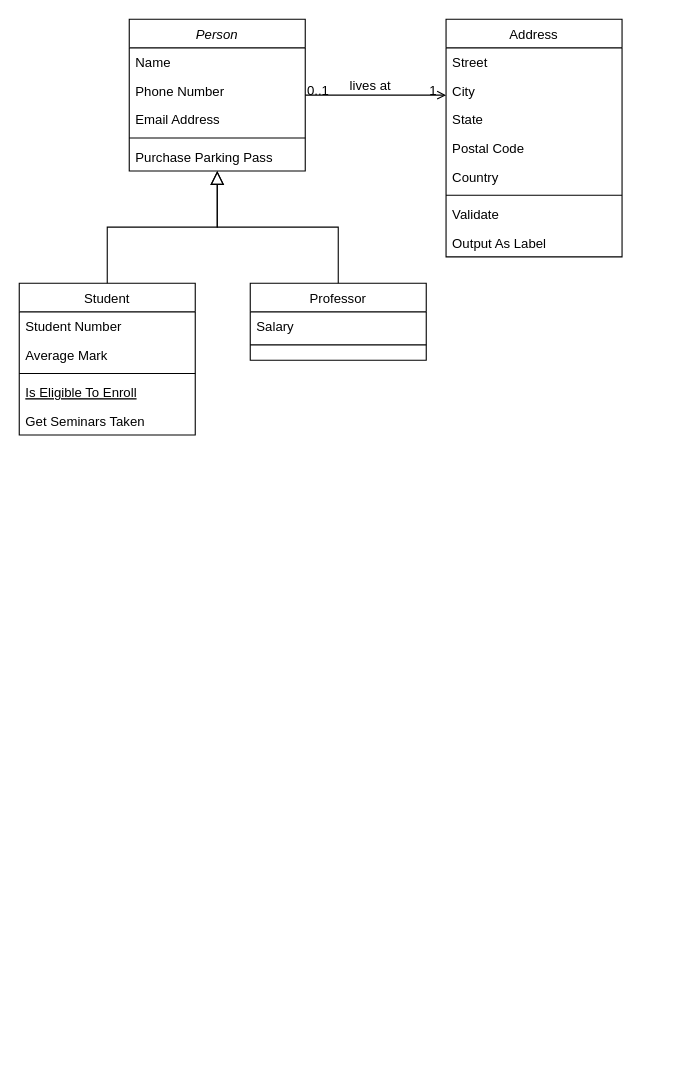
The draw.io diagram clssDiagram.drawio in Jiwon-Woo/JavaSeminar, before the edit. Source tidied: cells renumbered, new cells numbered last; positions are measured from the earlier drawing's top-left corner, leaving out a move shared by most shapes. Both pictures are drawn from the tidied source at 110%, with x=0, y=0 at pixel (19, 19).
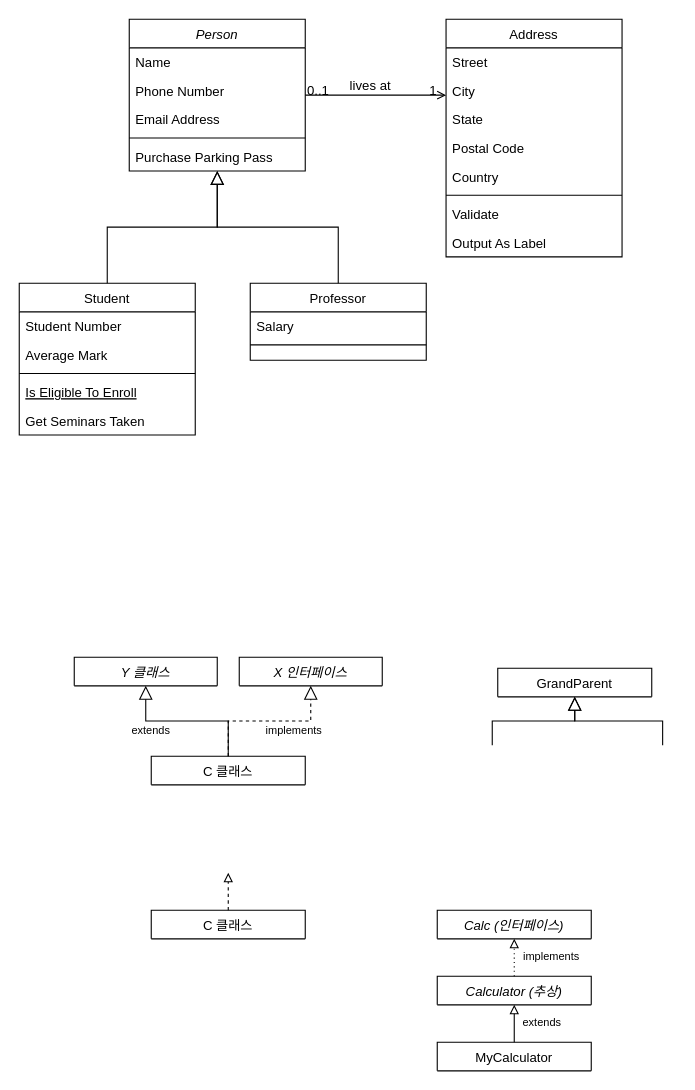
The same page after the edit.

The edit, as a diff of the source:
```diff
@@
+    <mxCell id="32" value="Y 클래스" style="swimlane;fontStyle=2;align=center;verticalAlign=top;horizontal=1;startSize=26;rounded=0;shadow=0;strokeWidth=1;" parent="1" vertex="1" collapsed="1">
+      <mxGeometry x="50" y="580" width="130" height="26" as="geometry" />
+    </mxCell>
+    <mxCell id="33" value="C 클래스" style="swimlane;fontStyle=0;align=center;verticalAlign=top;horizontal=1;startSize=26;rounded=0;shadow=0;strokeWidth=1;" parent="1" vertex="1" collapsed="1">
+      <mxGeometry x="120" y="670" width="140" height="26" as="geometry" />
+    </mxCell>
+    <mxCell id="34" style="endArrow=block;endSize=10;endFill=0;shadow=0;strokeWidth=1;rounded=0;edgeStyle=elbowEdgeStyle;elbow=vertical;" parent="1" edge="1" source="33" target="32">
+      <mxGeometry relative="1" as="geometry" />
+    </mxCell>
+    <mxCell id="35" value="X 인터페이스" style="swimlane;fontStyle=2;align=center;verticalAlign=top;horizontal=1;startSize=26;rounded=0;shadow=0;strokeWidth=1;" parent="1" vertex="1" collapsed="1">
+      <mxGeometry x="200" y="580" width="130" height="26" as="geometry" />
+    </mxCell>
+    <mxCell id="36" style="endArrow=block;endSize=10;endFill=0;shadow=0;strokeWidth=1;rounded=0;edgeStyle=elbowEdgeStyle;elbow=vertical;entryX=0.5;entryY=1;entryDx=0;entryDy=0;exitX=0.5;exitY=0;exitDx=0;exitDy=0;dashed=1;" parent="1" edge="1" source="33" target="35">
+      <mxGeometry relative="1" as="geometry" />
+    </mxCell>
+    <mxCell id="37" value="GrandParent" style="swimlane;fontStyle=0;align=center;verticalAlign=top;horizontal=1;startSize=26;rounded=0;shadow=0;strokeWidth=1;" parent="1" vertex="1" collapsed="1">
+      <mxGeometry x="435" y="590" width="140" height="26" as="geometry" />
+    </mxCell>
+    <mxCell id="38" style="endArrow=block;endSize=10;endFill=0;shadow=0;strokeWidth=1;rounded=0;edgeStyle=elbowEdgeStyle;elbow=vertical;exitX=0.538;exitY=0;exitDx=0;exitDy=0;exitPerimeter=0;entryX=0.5;entryY=1;entryDx=0;entryDy=0;" parent="1" edge="1" target="37">
+      <mxGeometry relative="1" as="geometry">
+        <mxPoint x="584.9" y="660" as="sourcePoint" />
+      </mxGeometry>
+    </mxCell>
+    <mxCell id="39" style="endArrow=block;endSize=10;endFill=0;shadow=0;strokeWidth=1;rounded=0;edgeStyle=elbowEdgeStyle;elbow=vertical;exitX=0.5;exitY=0;exitDx=0;exitDy=0;entryX=0.5;entryY=1;entryDx=0;entryDy=0;" parent="1" edge="1" target="37">
+      <mxGeometry relative="1" as="geometry">
+        <mxPoint x="430" y="660" as="sourcePoint" />
+      </mxGeometry>
+    </mxCell>
+    <mxCell id="40" value="MyCalculator" style="swimlane;fontStyle=0;align=center;verticalAlign=top;horizontal=1;startSize=26;rounded=0;shadow=0;strokeWidth=1;" parent="1" vertex="1" collapsed="1">
+      <mxGeometry x="380" y="930" width="140" height="26" as="geometry" />
+    </mxCell>
+    <mxCell id="41" value="Calculator (추상)" style="swimlane;fontStyle=2;align=center;verticalAlign=top;horizontal=1;startSize=26;rounded=0;shadow=0;strokeWidth=1;" parent="1" vertex="1" collapsed="1">
+      <mxGeometry x="380" y="870" width="140" height="26" as="geometry" />
+    </mxCell>
+    <mxCell id="42" value="Calc (인터페이스)" style="swimlane;fontStyle=2;align=center;verticalAlign=top;horizontal=1;startSize=26;rounded=0;shadow=0;strokeWidth=1;" parent="1" vertex="1" collapsed="1">
+      <mxGeometry x="380" y="810" width="140" height="26" as="geometry" />
+    </mxCell>
+    <mxCell id="43" style="endArrow=block;dashed=1;html=1;dashPattern=1 3;strokeWidth=1;entryX=0.5;entryY=1;entryDx=0;entryDy=0;exitX=0.5;exitY=0;exitDx=0;exitDy=0;endFill=0;" parent="1" edge="1" source="41" target="42">
+      <mxGeometry relative="1" as="geometry" />
+    </mxCell>
+    <mxCell id="44" style="endArrow=block;html=1;strokeWidth=1;entryX=0.5;entryY=1;entryDx=0;entryDy=0;exitX=0.5;exitY=0;exitDx=0;exitDy=0;endFill=0;" parent="1" edge="1" source="40" target="41">
+      <mxGeometry relative="1" as="geometry" />
+    </mxCell>
+    <mxCell id="45" value="&lt;font style=&quot;font-size: 10px&quot;&gt;implements&lt;/font&gt;" style="text;html=1;strokeColor=none;fillColor=none;align=center;verticalAlign=middle;whiteSpace=wrap;rounded=0;" parent="1" vertex="1">
+      <mxGeometry x="454" y="842" width="60" height="20" as="geometry" />
+    </mxCell>
+    <mxCell id="46" value="&lt;font style=&quot;font-size: 10px&quot;&gt;extends&lt;/font&gt;" style="text;html=1;strokeColor=none;fillColor=none;align=center;verticalAlign=middle;whiteSpace=wrap;rounded=0;" parent="1" vertex="1">
+      <mxGeometry x="451" y="902" width="49" height="20" as="geometry" />
+    </mxCell>
+    <mxCell id="47" value="&lt;span style=&quot;font-size: 10px&quot;&gt;extends&lt;/span&gt;" style="text;html=1;strokeColor=none;fillColor=none;align=center;verticalAlign=middle;whiteSpace=wrap;rounded=0;" parent="1" vertex="1">
+      <mxGeometry x="90" y="636" width="60" height="20" as="geometry" />
+    </mxCell>
+    <mxCell id="48" value="C 클래스" style="swimlane;fontStyle=0;align=center;verticalAlign=top;horizontal=1;startSize=26;rounded=0;shadow=0;strokeWidth=1;" parent="1" vertex="1" collapsed="1">
+      <mxGeometry x="120" y="810" width="140" height="26" as="geometry" />
+    </mxCell>
+    <mxCell id="49" style="endArrow=block;dashed=1;html=1;strokeWidth=1;entryX=0.5;entryY=1;entryDx=0;entryDy=0;exitX=0.5;exitY=0;exitDx=0;exitDy=0;endFill=0;" parent="1" edge="1" source="48">
+      <mxGeometry relative="1" as="geometry">
+        <mxPoint x="190" y="776" as="targetPoint" />
+      </mxGeometry>
+    </mxCell>
+    <mxCell id="50" value="&lt;font style=&quot;font-size: 10px&quot;&gt;implements&lt;/font&gt;" style="text;html=1;strokeColor=none;fillColor=none;align=center;verticalAlign=middle;whiteSpace=wrap;rounded=0;" parent="1" vertex="1">
+      <mxGeometry x="220" y="636" width="60" height="20" as="geometry" />
+    </mxCell>
```
